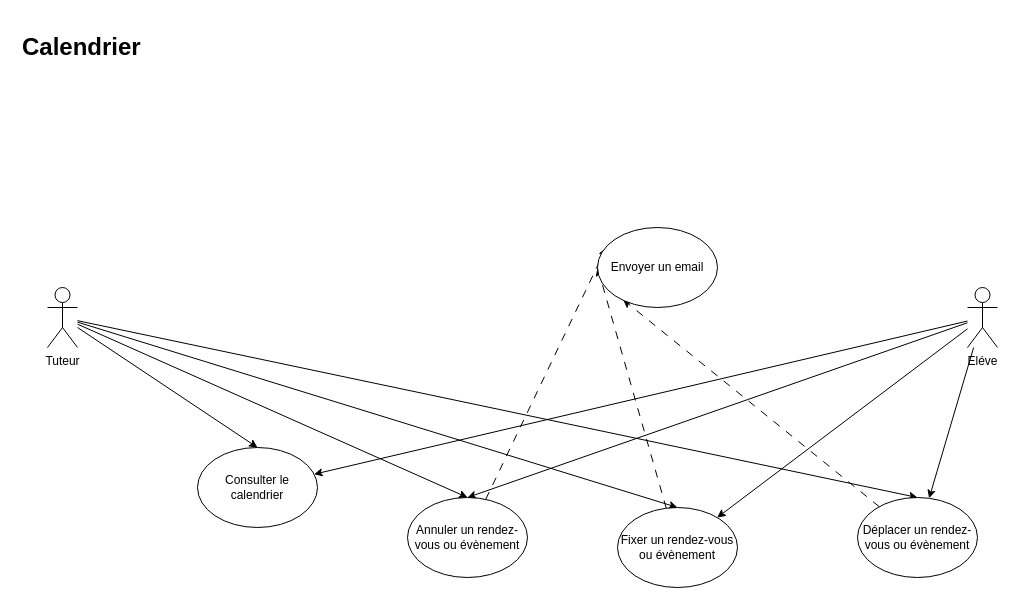
Before: page "Calendrier" (6 of 6) of P10Uml.drawio in tetyanachouteau/P10LHome, a draw.io diagram. Source tidied: cells renumbered, new cells numbered last; positions are measured from the earlier drawing's top-left corner, leaving out a move shared by most shapes. Both pictures are drawn from the tidied source at 100%, with x=0, y=0 at pixel (17, 27).
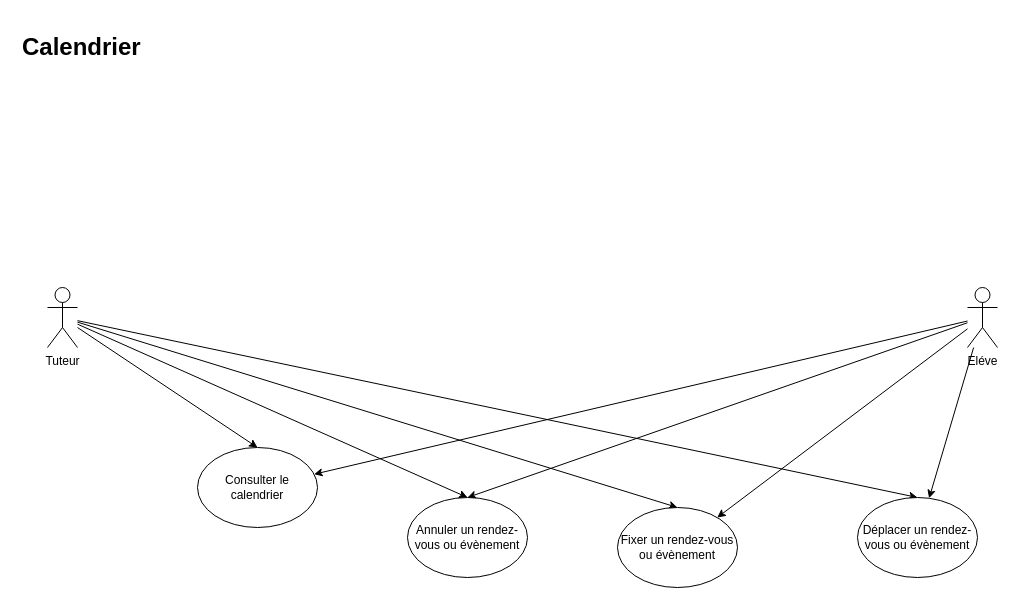
The same diagram, later.

The change refers to these unchanged cells:
```xml
<mxCell id="14" value="Fixer un rendez-vous&lt;br&gt;ou évènement" style="ellipse;whiteSpace=wrap;html=1;" parent="1" vertex="1">
  <mxGeometry x="600" y="480" width="120" height="80" as="geometry" />
</mxCell>
<mxCell id="16" value="Annuler un rendez-vous ou évènement" style="ellipse;whiteSpace=wrap;html=1;" parent="1" vertex="1">
  <mxGeometry x="390" y="470" width="120" height="80" as="geometry" />
</mxCell>
<mxCell id="18" value="Déplacer un rendez-vous ou évènement" style="ellipse;whiteSpace=wrap;html=1;" parent="1" vertex="1">
  <mxGeometry x="840" y="470" width="120" height="80" as="geometry" />
</mxCell>
```

Change to the diagram source:
```diff
@@
-    <mxCell id="13" style="edgeStyle=none;rounded=0;jettySize=auto;html=1;entryX=0;entryY=0.5;entryDx=0;entryDy=0;dashed=1;dashPattern=8 8;" parent="1" edge="1" source="14" target="20">
-      <mxGeometry relative="1" as="geometry" />
-    </mxCell>
@@
-    <mxCell id="15" style="edgeStyle=none;rounded=0;jettySize=auto;html=1;entryX=0.073;entryY=0.252;entryDx=0;entryDy=0;entryPerimeter=0;dashed=1;dashPattern=8 8;" parent="1" edge="1" source="16" target="20">
-      <mxGeometry relative="1" as="geometry" />
-    </mxCell>
@@
-    <mxCell id="17" style="edgeStyle=none;rounded=0;jettySize=auto;html=1;entryX=0.213;entryY=0.902;entryDx=0;entryDy=0;entryPerimeter=0;dashed=1;dashPattern=8 8;" parent="1" edge="1" source="18" target="20">
-      <mxGeometry relative="1" as="geometry" />
-    </mxCell>
@@
-    <mxCell id="20" value="Envoyer un email" style="ellipse;whiteSpace=wrap;html=1;" parent="1" vertex="1">
-      <mxGeometry x="580" y="200" width="120" height="80" as="geometry" />
-    </mxCell>
```
